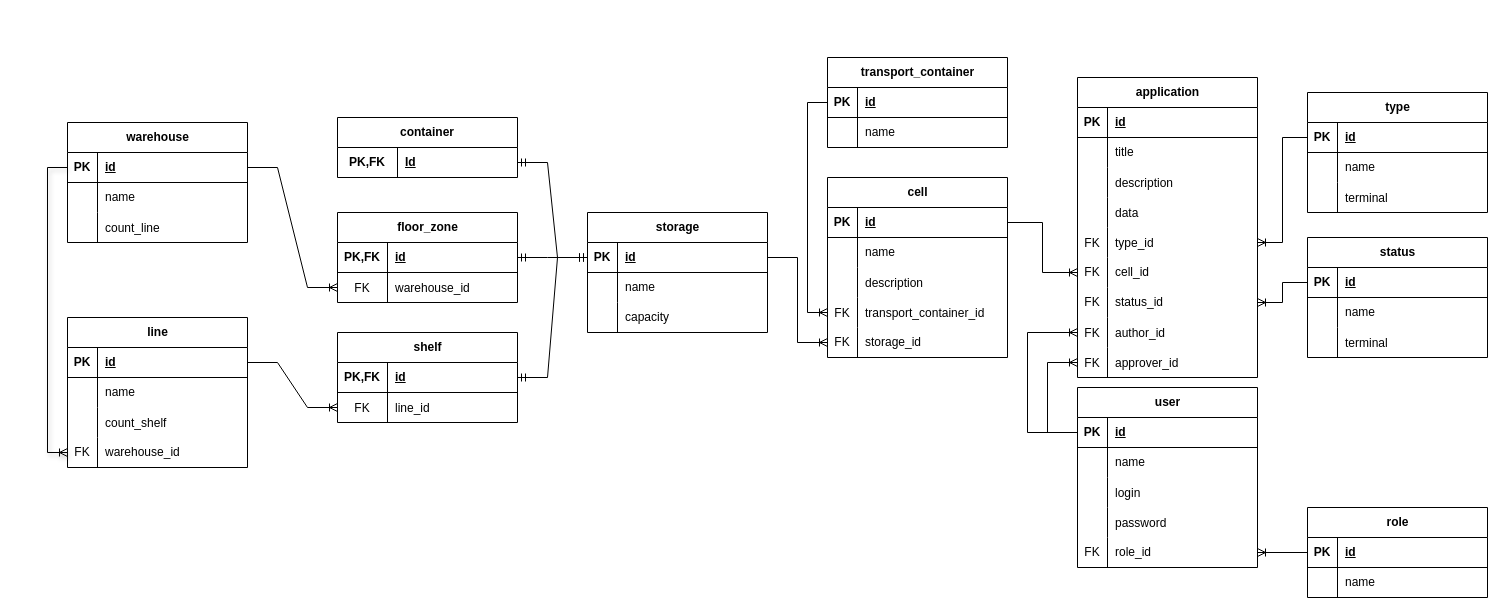
Above: page "Страница — 3" (3 of 3) of склад пежон.drawio in georgy006/Pejon (draw.io), before the change. Source tidied: cells renumbered, new cells numbered last; positions are measured from the earlier drawing's top-left corner, leaving out a move shared by most shapes. Both pictures are drawn from the tidied source at 100%, with x=0, y=0 at pixel (67, 57).
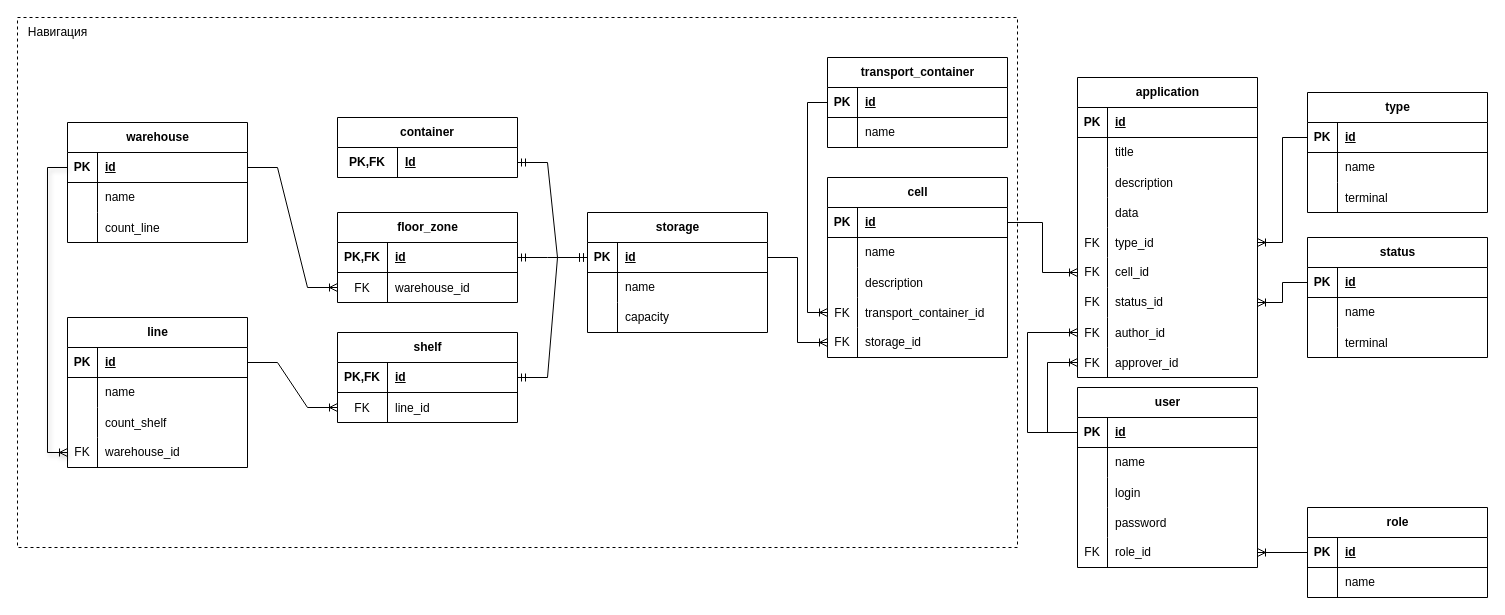
The same page after the edit.

Change to the diagram source:
```diff
@@
+    <mxCell id="161" style="rounded=0;whiteSpace=wrap;html=1;dashed=1;" parent="1" vertex="1">
+      <mxGeometry x="-50" y="-40" width="1000" height="530" as="geometry" />
+    </mxCell>
@@
+    <mxCell id="162" value="Навигация" style="text;html=1;align=center;verticalAlign=middle;strokeColor=none;fillColor=none;" parent="1" vertex="1">
+      <mxGeometry x="-50" y="-40" width="80" height="30" as="geometry" />
+    </mxCell>
```
